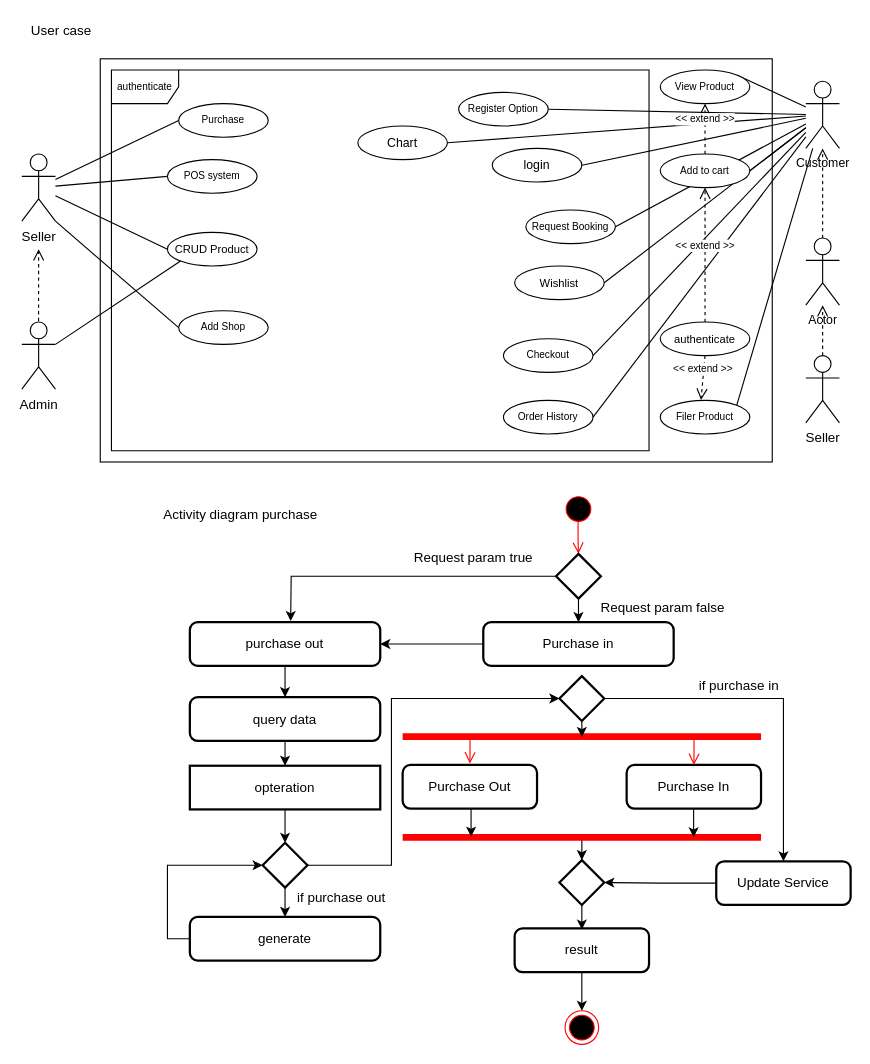
iphearum/Documents keeps this draw.io diagram as page "Page-2" (2 of 4) of SeviceHandler.drawio. Above is the earlier version. Source tidied: cells renumbered, new cells numbered last; positions are measured from the earlier drawing's top-left corner, leaving out a move shared by most shapes. Both pictures are drawn from the tidied source at 112%, with x=0, y=0 at pixel (21, 19).
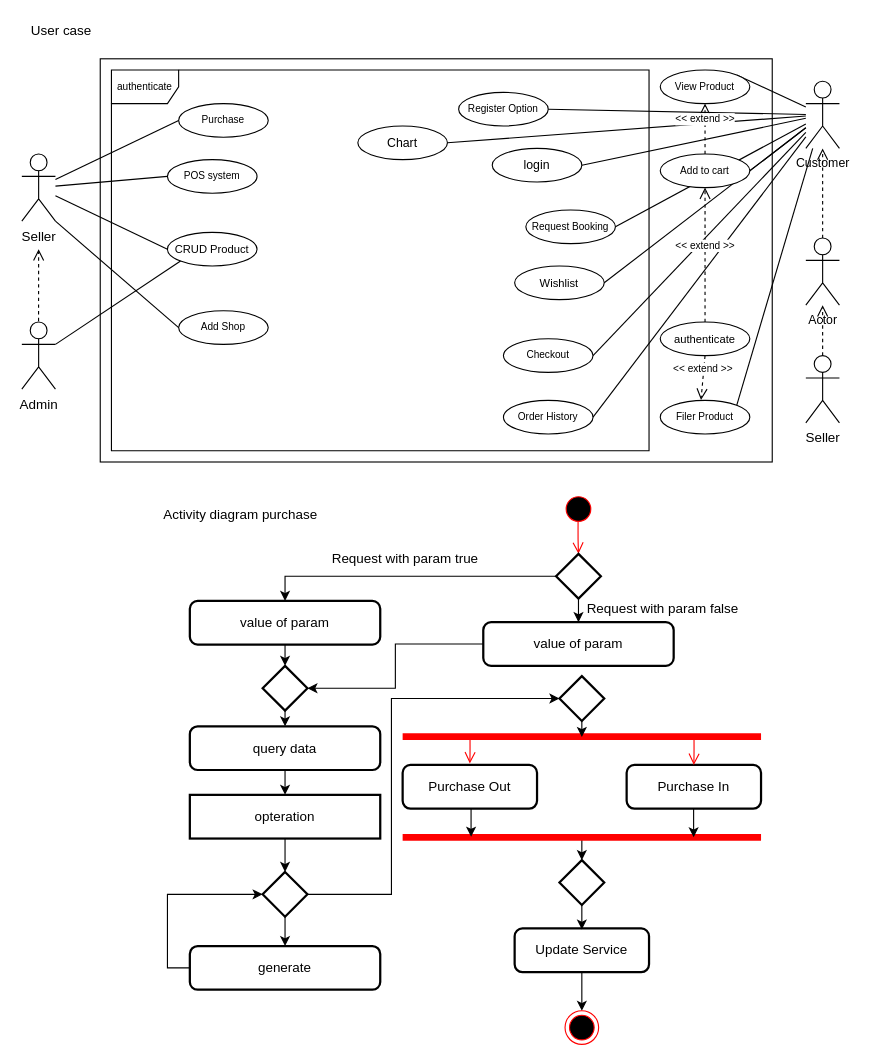
The same page after the edit.

The change refers to these unchanged cells:
```xml
<mxCell id="48" style="strokeWidth=2;html=1;shape=mxgraph.flowchart.decision;whiteSpace=wrap;" parent="1" vertex="1">
  <mxGeometry x="477" y="477" width="40" height="40" as="geometry" />
</mxCell>
<mxCell id="71" style="strokeWidth=2;html=1;shape=mxgraph.flowchart.decision;whiteSpace=wrap;" parent="1" vertex="1">
  <mxGeometry x="480" y="750.5" width="40" height="40" as="geometry" />
</mxCell>
<mxCell id="82" style="strokeWidth=2;html=1;shape=mxgraph.flowchart.decision;whiteSpace=wrap;" parent="1" vertex="1">
  <mxGeometry x="480" y="586.2" width="40" height="40" as="geometry" />
</mxCell>
```

Diff of the diagram source:
```diff
@@
-    <mxCell id="47" style="edgeStyle=orthogonalEdgeStyle;rounded=0;jettySize=auto;html=1;" parent="1" edge="1" source="48">
-      <mxGeometry relative="1" as="geometry">
-        <mxPoint x="240" y="537" as="targetPoint" />
-      </mxGeometry>
+    <mxCell id="47" style="edgeStyle=orthogonalEdgeStyle;rounded=0;jettySize=auto;html=1;entryX=0.5;entryY=0;entryDx=0;entryDy=0;" parent="1" edge="1" source="48" target="52">
+      <mxGeometry relative="1" as="geometry" />
     </mxCell>
@@
-    <mxCell id="49" style="edgeStyle=orthogonalEdgeStyle;rounded=0;jettySize=auto;html=1;entryX=1;entryY=0.5;entryDx=0;entryDy=0;" parent="1" edge="1" source="50" target="52">
+    <mxCell id="49" style="edgeStyle=orthogonalEdgeStyle;rounded=0;jettySize=auto;html=1;entryX=1;entryY=0.5;entryDx=0;entryDy=0;entryPerimeter=0;" parent="1" edge="1" source="50" target="90">
       <mxGeometry relative="1" as="geometry" />
     </mxCell>
-    <mxCell id="50" value="Purchase in" style="rounded=1;whiteSpace=wrap;html=1;absoluteArcSize=1;arcSize=14;strokeWidth=2;" parent="1" vertex="1">
+    <mxCell id="50" value="value of param" style="rounded=1;whiteSpace=wrap;html=1;absoluteArcSize=1;arcSize=14;strokeWidth=2;" parent="1" vertex="1">
       <mxGeometry x="412" y="538" width="170" height="39" as="geometry" />
     </mxCell>
-    <mxCell id="51" style="edgeStyle=orthogonalEdgeStyle;rounded=0;jettySize=auto;html=1;" parent="1" edge="1" source="52" target="54">
-      <mxGeometry relative="1" as="geometry" />
-    </mxCell>
+    <mxCell id="88" style="edgeStyle=orthogonalEdgeStyle;rounded=0;jettySize=auto;html=1;exitX=0.5;exitY=1;exitDx=0;exitDy=0;entryX=0.5;entryY=0;entryDx=0;entryDy=0;entryPerimeter=0;" parent="1" edge="1" source="52" target="90">
+      <mxGeometry relative="1" as="geometry" />
+    </mxCell>
-    <mxCell id="52" value="purchase out" style="rounded=1;whiteSpace=wrap;html=1;absoluteArcSize=1;arcSize=14;strokeWidth=2;" parent="1" vertex="1">
-      <mxGeometry x="150" y="538" width="170" height="39" as="geometry" />
+    <mxCell id="52" value="value of param" style="rounded=1;whiteSpace=wrap;html=1;absoluteArcSize=1;arcSize=14;strokeWidth=2;" parent="1" vertex="1">
+      <mxGeometry x="150" y="519" width="170" height="39" as="geometry" />
     </mxCell>
@@
     <mxCell id="54" value="query data" style="rounded=1;whiteSpace=wrap;html=1;absoluteArcSize=1;arcSize=14;strokeWidth=2;" parent="1" vertex="1">
-      <mxGeometry x="150" y="605" width="170" height="39" as="geometry" />
+      <mxGeometry x="150" y="631" width="170" height="39" as="geometry" />
     </mxCell>
@@
     <mxCell id="56" value="opteration" style="rounded=0;whiteSpace=wrap;html=1;absoluteArcSize=1;arcSize=14;strokeWidth=2;" parent="1" vertex="1">
-      <mxGeometry x="150" y="666.2" width="170" height="39" as="geometry" />
+      <mxGeometry x="150" y="692.2" width="170" height="39" as="geometry" />
     </mxCell>
@@
-    <mxCell id="59" value="result" style="rounded=1;whiteSpace=wrap;html=1;absoluteArcSize=1;arcSize=14;strokeWidth=2;" parent="1" vertex="1">
+    <mxCell id="59" value="Update Service" style="rounded=1;whiteSpace=wrap;html=1;absoluteArcSize=1;arcSize=14;strokeWidth=2;" parent="1" vertex="1">
       <mxGeometry x="440" y="811.5" width="120" height="39" as="geometry" />
     </mxCell>
-    <mxCell id="60" style="edgeStyle=orthogonalEdgeStyle;rounded=0;jettySize=auto;html=1;entryX=1;entryY=0.5;entryDx=0;entryDy=0;entryPerimeter=0;" parent="1" edge="1" source="61" target="71">
-      <mxGeometry relative="1" as="geometry" />
-    </mxCell>
-    <mxCell id="61" value="Update Service" style="rounded=1;whiteSpace=wrap;html=1;absoluteArcSize=1;arcSize=14;strokeWidth=2;" parent="1" vertex="1">
-      <mxGeometry x="620" y="751.5" width="120" height="39" as="geometry" />
-    </mxCell>
@@
-    <mxCell id="72" value="Request param true" style="text;html=1;align=center;verticalAlign=middle;" parent="1" vertex="1">
-      <mxGeometry x="343" y="471" width="120" height="20" as="geometry" />
+    <mxCell id="72" value="Request with param true" style="text;html=1;align=center;verticalAlign=middle;" parent="1" vertex="1">
+      <mxGeometry x="271" y="473" width="141" height="17" as="geometry" />
     </mxCell>
-    <mxCell id="73" value="Request param false" style="text;html=1;align=center;verticalAlign=middle;" parent="1" vertex="1">
-      <mxGeometry x="507" y="515" width="130" height="20" as="geometry" />
+    <mxCell id="73" value="Request with param false" style="text;html=1;align=center;verticalAlign=middle;" parent="1" vertex="1">
+      <mxGeometry x="499" y="517" width="146" height="17" as="geometry" />
     </mxCell>
@@
     <mxCell id="75" style="edgeStyle=orthogonalEdgeStyle;rounded=0;jettySize=auto;html=1;exitX=1;exitY=0.5;exitDx=0;exitDy=0;exitPerimeter=0;entryX=0;entryY=0.5;entryDx=0;entryDy=0;entryPerimeter=0;" parent="1" edge="1" source="76" target="82">
       <mxGeometry relative="1" as="geometry">
         <Array as="points">
-          <mxPoint x="330" y="755" />
+          <mxPoint x="330" y="781" />
           <mxPoint x="330" y="606" />
         </Array>
       </mxGeometry>
     </mxCell>
     <mxCell id="76" style="strokeWidth=2;html=1;shape=mxgraph.flowchart.decision;whiteSpace=wrap;" parent="1" vertex="1">
-      <mxGeometry x="215" y="735" width="40" height="40" as="geometry" />
+      <mxGeometry x="215" y="761" width="40" height="40" as="geometry" />
     </mxCell>
@@
     <mxCell id="78" value="generate" style="rounded=1;whiteSpace=wrap;html=1;absoluteArcSize=1;arcSize=14;strokeWidth=2;" parent="1" vertex="1">
-      <mxGeometry x="150" y="801.2" width="170" height="39" as="geometry" />
+      <mxGeometry x="150" y="827.2" width="170" height="39" as="geometry" />
     </mxCell>
-    <mxCell id="79" value="if purchase out" style="text;html=1;align=center;verticalAlign=middle;" parent="1" vertex="1">
-      <mxGeometry x="240" y="774.2" width="90" height="20" as="geometry" />
-    </mxCell>
@@
-    <mxCell id="81" style="edgeStyle=orthogonalEdgeStyle;rounded=0;jettySize=auto;html=1;entryX=0.5;entryY=0;entryDx=0;entryDy=0;" parent="1" edge="1" source="82" target="61">
-      <mxGeometry relative="1" as="geometry">
-        <Array as="points">
-          <mxPoint x="680" y="606" />
-        </Array>
-      </mxGeometry>
-    </mxCell>
@@
-    <mxCell id="83" value="if purchase in" style="text;html=1;align=center;verticalAlign=middle;" parent="1" vertex="1">
-      <mxGeometry x="595" y="585" width="90" height="20" as="geometry" />
-    </mxCell>
@@
+    <mxCell id="89" style="edgeStyle=orthogonalEdgeStyle;rounded=0;jettySize=auto;html=1;exitX=0.5;exitY=1;exitDx=0;exitDy=0;exitPerimeter=0;entryX=0.5;entryY=0;entryDx=0;entryDy=0;" parent="1" edge="1" source="90" target="54">
+      <mxGeometry relative="1" as="geometry" />
+    </mxCell>
+    <mxCell id="90" style="strokeWidth=2;html=1;shape=mxgraph.flowchart.decision;whiteSpace=wrap;" parent="1" vertex="1">
+      <mxGeometry x="215" y="577" width="40" height="40" as="geometry" />
+    </mxCell>
```
